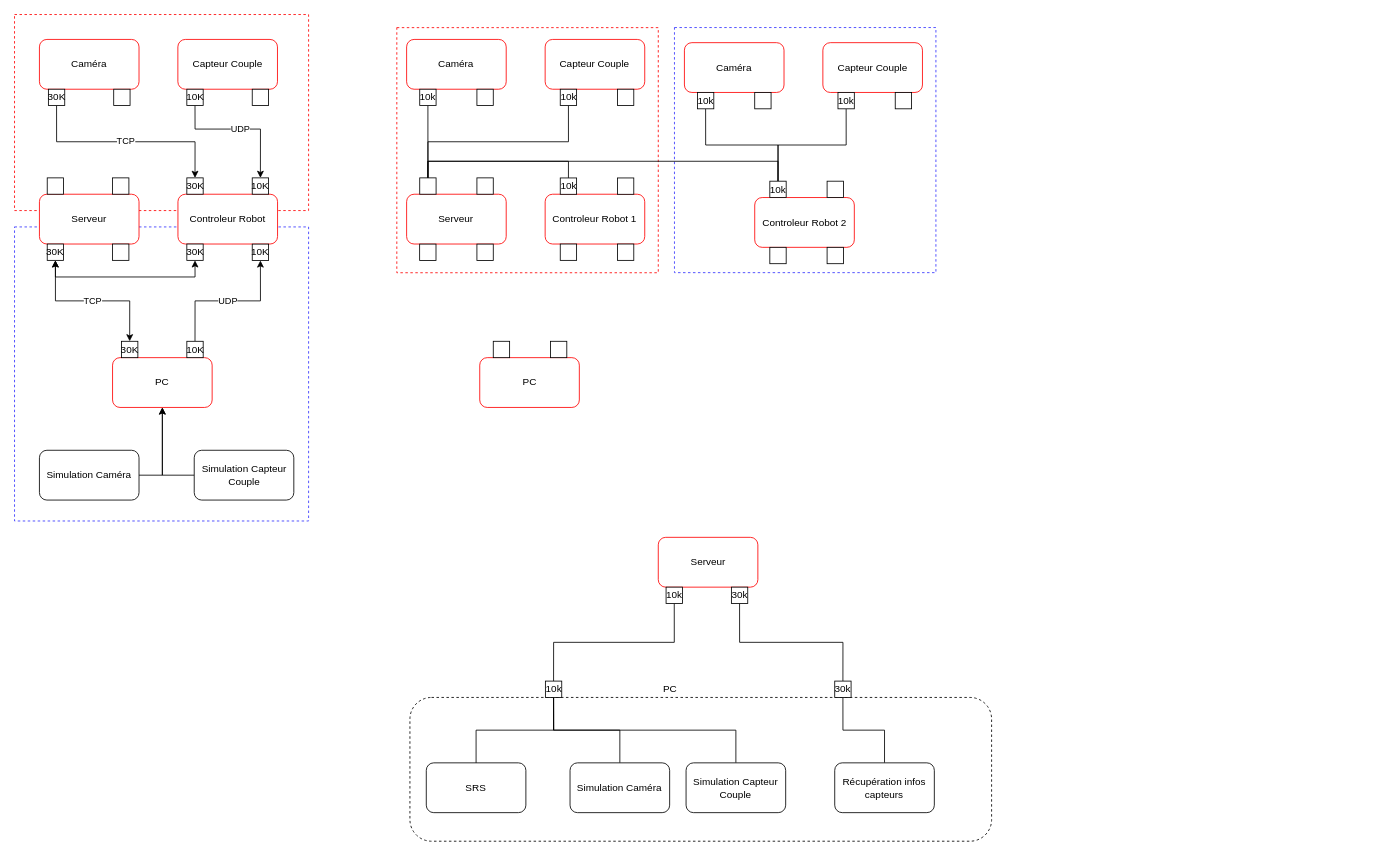
The draw.io diagram TheDrawingIO.drawio in Reapper/Opencv_Bouchon_staubli, before the edit. Source tidied: cells renumbered, new cells numbered last; positions are measured from the earlier drawing's top-left corner, leaving out a move shared by most shapes. Both pictures are drawn from the tidied source at 83%, with x=0, y=0 at pixel (14, 14).
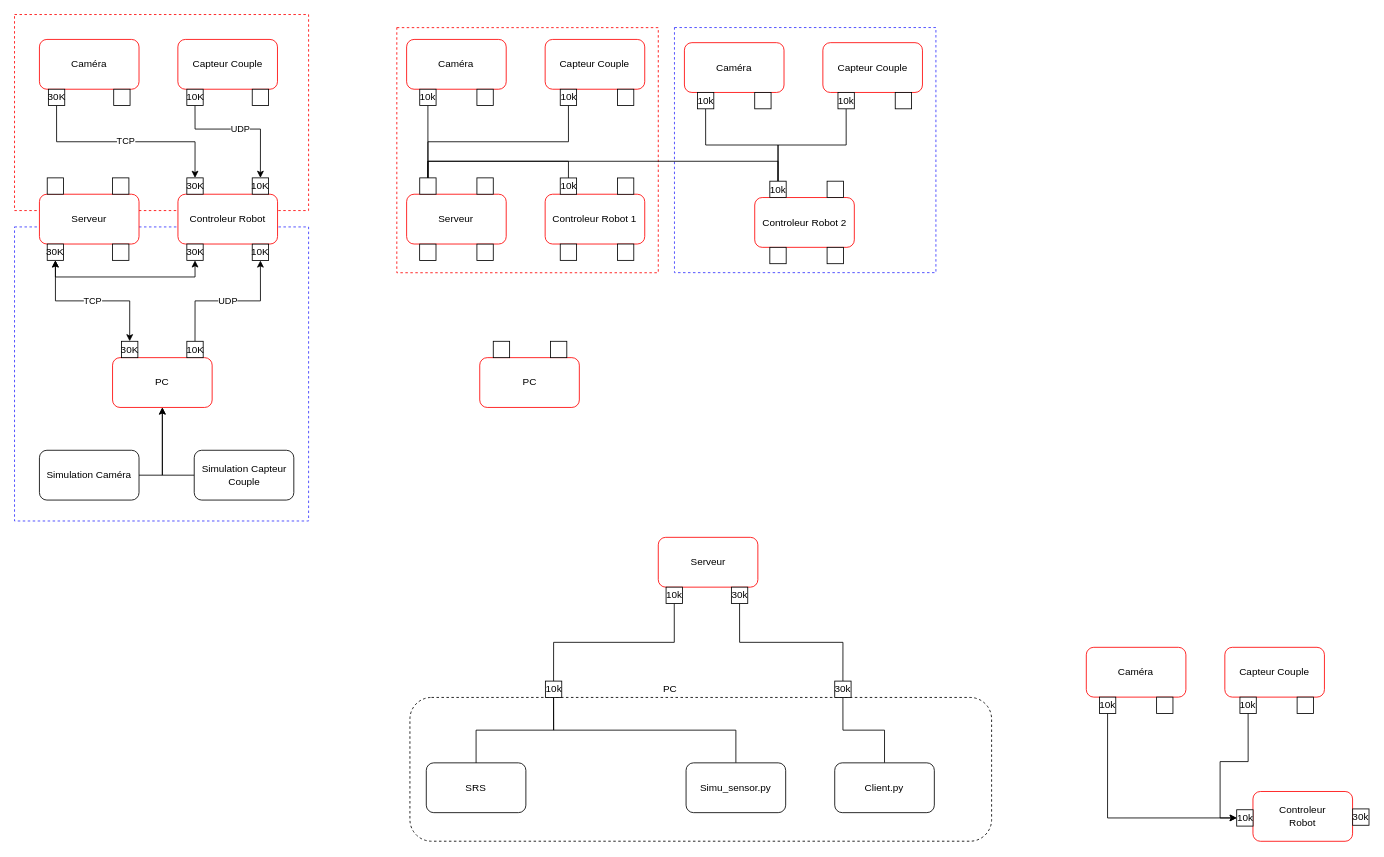
The same page after the edit.

Commit message (it also covers changes not shown here):
[UPD] MaJ Drawio

The change refers to these unchanged cells:
```xml
<mxCell id="78" value="10k" style="rounded=0;whiteSpace=wrap;html=1;" parent="1" vertex="1">
  <mxGeometry x="639.6" y="803.1" width="19.7" height="19.7" as="geometry" />
</mxCell>
```

Diff of the diagram source:
```diff
@@
-    <mxCell id="72" style="edgeStyle=orthogonalEdgeStyle;rounded=0;jettySize=auto;html=1;exitX=0.5;exitY=0;exitDx=0;exitDy=0;entryX=0.5;entryY=1;entryDx=0;entryDy=0;startArrow=none;startFill=0;endArrow=none;endFill=0;strokeColor=#000000;" parent="1" edge="1" source="73" target="78">
-      <mxGeometry relative="1" as="geometry" />
-    </mxCell>
-    <mxCell id="73" value="Simulation Caméra" style="rounded=1;whiteSpace=wrap;html=1;" parent="1" vertex="1">
-      <mxGeometry x="669.3" y="901.6" width="120" height="60" as="geometry" />
-    </mxCell>
@@
-    <mxCell id="75" value="Simulation Capteur Couple" style="rounded=1;whiteSpace=wrap;html=1;" parent="1" vertex="1">
+    <mxCell id="75" value="Simu_sensor.py" style="rounded=1;whiteSpace=wrap;html=1;" parent="1" vertex="1">
       <mxGeometry x="809.1" y="901.6" width="120" height="60" as="geometry" />
     </mxCell>
@@
-    <mxCell id="83" value="Récupération infos capteurs" style="rounded=1;whiteSpace=wrap;html=1;" parent="1" vertex="1">
+    <mxCell id="83" value="Client.py" style="rounded=1;whiteSpace=wrap;html=1;" parent="1" vertex="1">
       <mxGeometry x="988.2" y="901.6" width="120" height="60" as="geometry" />
     </mxCell>
@@
+    <mxCell id="88" value="Caméra" style="rounded=1;whiteSpace=wrap;html=1;strokeColor=#FF0000;" parent="1" vertex="1">
+      <mxGeometry x="1291.3" y="762.4" width="120" height="60" as="geometry" />
+    </mxCell>
+    <mxCell id="89" value="Capteur Couple" style="rounded=1;whiteSpace=wrap;html=1;strokeColor=#FF0000;" parent="1" vertex="1">
+      <mxGeometry x="1458.2" y="762.4" width="120" height="60" as="geometry" />
+    </mxCell>
+    <mxCell id="90" style="edgeStyle=orthogonalEdgeStyle;rounded=0;jettySize=auto;html=1;exitX=0.5;exitY=1;exitDx=0;exitDy=0;entryX=0;entryY=0.5;entryDx=0;entryDy=0;" parent="1" edge="1" source="91" target="97">
+      <mxGeometry relative="1" as="geometry" />
+    </mxCell>
+    <mxCell id="91" value="10k" style="rounded=0;whiteSpace=wrap;html=1;" parent="1" vertex="1">
+      <mxGeometry x="1307.1" y="822.4" width="19.7" height="19.7" as="geometry" />
+    </mxCell>
+    <mxCell id="92" style="rounded=0;whiteSpace=wrap;html=1;" parent="1" vertex="1">
+      <mxGeometry x="1376" y="822.4" width="19.7" height="19.7" as="geometry" />
+    </mxCell>
+    <mxCell id="93" style="edgeStyle=orthogonalEdgeStyle;rounded=0;jettySize=auto;html=1;exitX=0.5;exitY=1;exitDx=0;exitDy=0;entryX=0;entryY=0.5;entryDx=0;entryDy=0;" parent="1" edge="1" source="94" target="97">
+      <mxGeometry relative="1" as="geometry" />
+    </mxCell>
+    <mxCell id="94" value="10k" style="rounded=0;whiteSpace=wrap;html=1;" parent="1" vertex="1">
+      <mxGeometry x="1476.4" y="822.4" width="19.7" height="19.7" as="geometry" />
+    </mxCell>
+    <mxCell id="95" style="rounded=0;whiteSpace=wrap;html=1;" parent="1" vertex="1">
+      <mxGeometry x="1545.3" y="822.4" width="19.7" height="19.7" as="geometry" />
+    </mxCell>
+    <mxCell id="96" value="Controleur&lt;br&gt;Robot" style="rounded=1;whiteSpace=wrap;html=1;strokeColor=#FF0000;" parent="1" vertex="1">
+      <mxGeometry x="1492.1" y="936.1" width="120" height="60" as="geometry" />
+    </mxCell>
+    <mxCell id="97" value="10k" style="rounded=0;whiteSpace=wrap;html=1;" parent="1" vertex="1">
+      <mxGeometry x="1472.5" y="958.1" width="19.7" height="19.7" as="geometry" />
+    </mxCell>
+    <mxCell id="98" value="30k" style="rounded=0;whiteSpace=wrap;html=1;" parent="1" vertex="1">
+      <mxGeometry x="1612.2" y="957.1" width="19.7" height="19.7" as="geometry" />
+    </mxCell>
```
